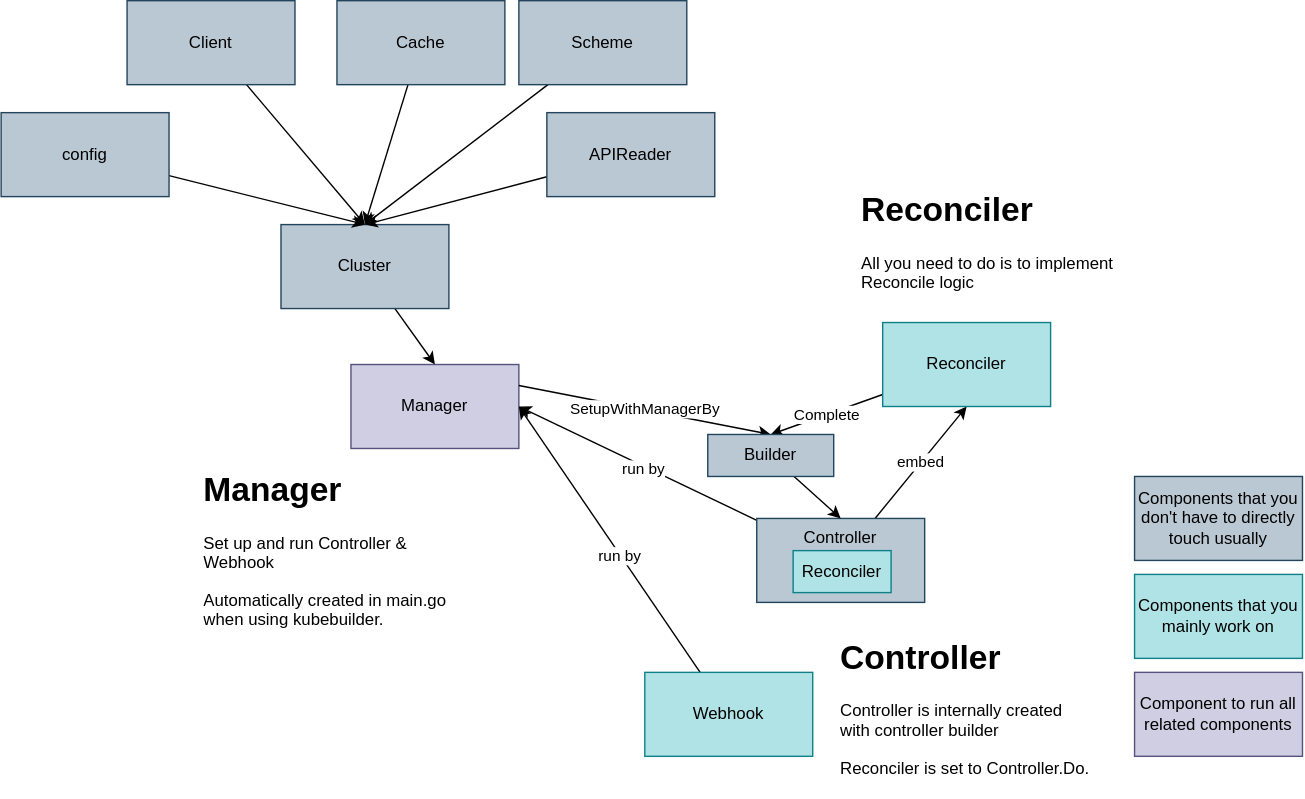
nakamasato/kubernetes-training keeps this draw.io diagram as contents/kubernetes-operator/controller-runtime/diagram.drawio.svg. Above is the earlier version. Source tidied: cells renumbered, new cells last; positions are measured from the earlier drawing's top-left corner, leaving out a move shared by most shapes.
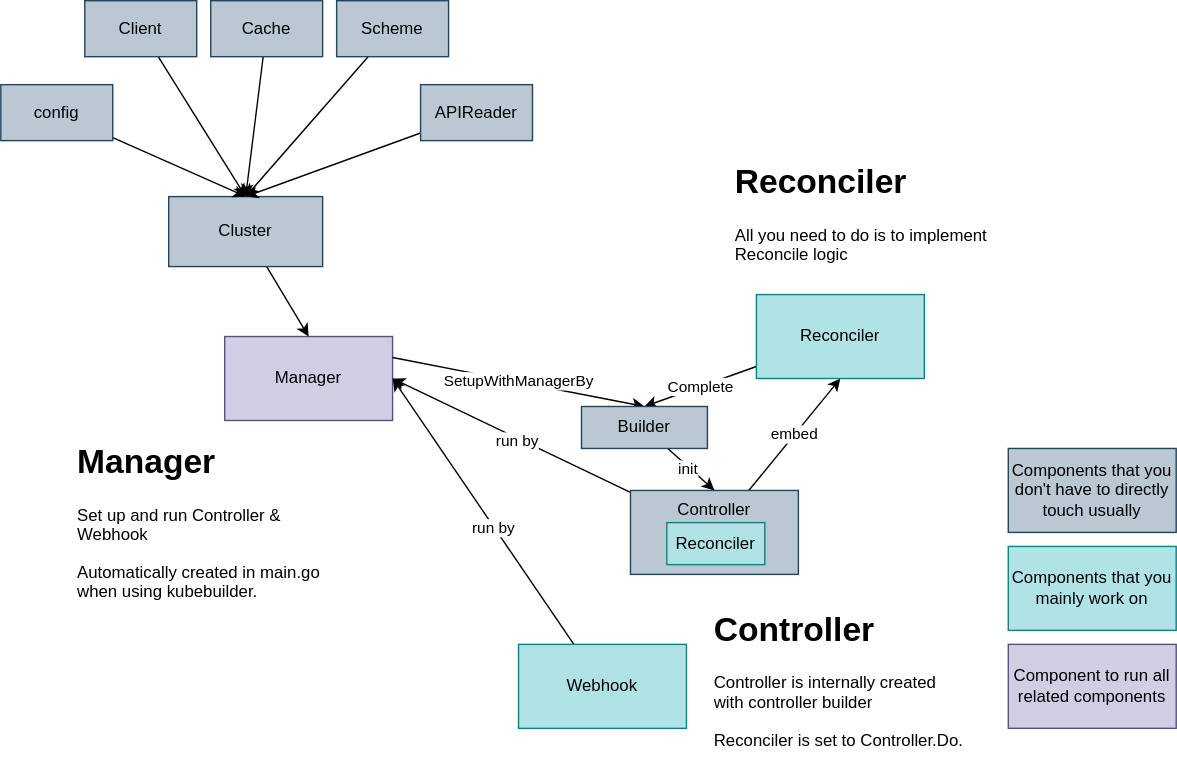
The same file after the commit.

Diff of the diagram source:
```diff
@@ -39,19 +39,19 @@
       <mxGeometry relative="1" as="geometry" />
     </mxCell>
     <mxCell id="14" value="Client" style="rounded=0;whiteSpace=wrap;html=1;fillColor=#bac8d3;strokeColor=#23445d;" parent="1" vertex="1">
-      <mxGeometry x="90" width="120" height="60" as="geometry" />
+      <mxGeometry x="150" y="20" width="80" height="40" as="geometry" />
     </mxCell>
     <mxCell id="15" style="edgeStyle=none;html=1;entryX=0.5;entryY=0;entryDx=0;entryDy=0;" parent="1" edge="1" source="16" target="29">
       <mxGeometry relative="1" as="geometry" />
     </mxCell>
     <mxCell id="16" value="Cache" style="rounded=0;whiteSpace=wrap;html=1;fillColor=#bac8d3;strokeColor=#23445d;" parent="1" vertex="1">
-      <mxGeometry x="240" width="120" height="60" as="geometry" />
+      <mxGeometry x="240" y="20" width="80" height="40" as="geometry" />
     </mxCell>
     <mxCell id="17" style="edgeStyle=none;html=1;entryX=0.5;entryY=0;entryDx=0;entryDy=0;" parent="1" edge="1" source="18" target="29">
       <mxGeometry relative="1" as="geometry" />
     </mxCell>
     <mxCell id="18" value="Scheme" style="rounded=0;whiteSpace=wrap;html=1;fillColor=#bac8d3;strokeColor=#23445d;" parent="1" vertex="1">
-      <mxGeometry x="370" width="120" height="60" as="geometry" />
+      <mxGeometry x="330" y="20" width="80" height="40" as="geometry" />
     </mxCell>
     <mxCell id="19" value="&lt;h1&gt;Reconciler&lt;/h1&gt;&lt;p&gt;All you need to do is to implement Reconcile logic&lt;/p&gt;" style="text;html=1;strokeColor=none;fillColor=none;spacing=5;spacingTop=-20;whiteSpace=wrap;overflow=hidden;rounded=0;" parent="1" vertex="1">
       <mxGeometry x="610" y="130" width="190" height="120" as="geometry" />
@@ -77,6 +77,9 @@
     <mxCell id="26" style="edgeStyle=none;html=1;entryX=0.5;entryY=0;entryDx=0;entryDy=0;" parent="1" edge="1" source="27" target="6">
       <mxGeometry relative="1" as="geometry" />
     </mxCell>
+    <mxCell id="34" value="init" style="edgeLabel;html=1;align=center;verticalAlign=middle;" parent="26" vertex="1">
+      <mxGeometry x="-0.1" y="-1" relative="1" as="geometry" />
+    </mxCell>
     <mxCell id="27" value="Builder" style="rounded=0;whiteSpace=wrap;html=1;fillColor=#bac8d3;strokeColor=#23445d;verticalAlign=middle;" parent="1" vertex="1">
       <mxGeometry x="505" y="310" width="90" height="30" as="geometry" />
     </mxCell>
@@ -84,19 +87,19 @@
       <mxGeometry relative="1" as="geometry" />
     </mxCell>
     <mxCell id="29" value="Cluster" style="rounded=0;whiteSpace=wrap;html=1;fillColor=#bac8d3;strokeColor=#23445d;" parent="1" vertex="1">
-      <mxGeometry x="200" y="160" width="120" height="60" as="geometry" />
+      <mxGeometry x="210" y="160" width="110" height="50" as="geometry" />
     </mxCell>
     <mxCell id="30" style="edgeStyle=none;html=1;entryX=0.5;entryY=0;entryDx=0;entryDy=0;" parent="1" edge="1" source="31" target="29">
       <mxGeometry relative="1" as="geometry" />
     </mxCell>
     <mxCell id="31" value="config" style="rounded=0;whiteSpace=wrap;html=1;fillColor=#bac8d3;strokeColor=#23445d;" parent="1" vertex="1">
-      <mxGeometry y="80" width="120" height="60" as="geometry" />
+      <mxGeometry x="90" y="80" width="80" height="40" as="geometry" />
     </mxCell>
     <mxCell id="32" style="edgeStyle=none;html=1;entryX=0.5;entryY=0;entryDx=0;entryDy=0;" parent="1" edge="1" source="33" target="29">
       <mxGeometry relative="1" as="geometry" />
     </mxCell>
     <mxCell id="33" value="APIReader" style="rounded=0;whiteSpace=wrap;html=1;fillColor=#bac8d3;strokeColor=#23445d;" parent="1" vertex="1">
-      <mxGeometry x="390" y="80" width="120" height="60" as="geometry" />
+      <mxGeometry x="390" y="80" width="80" height="40" as="geometry" />
     </mxCell>
   </root>
 </mxGraphModel>
```
